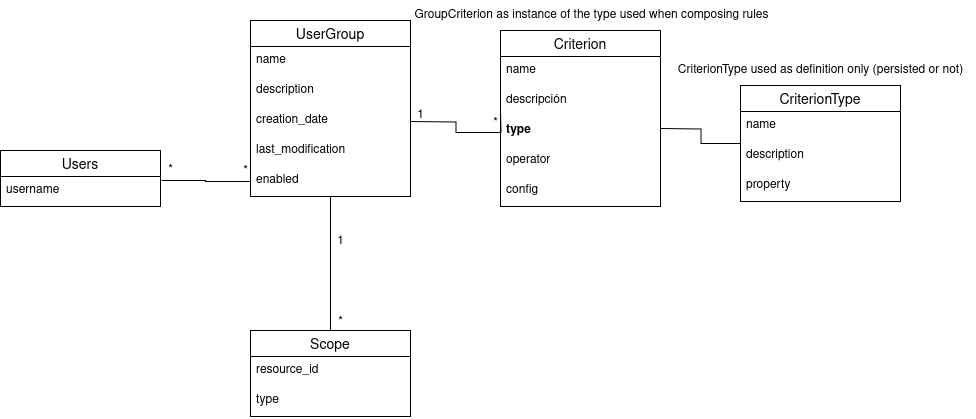
openedx/openedx-user-groups keeps this draw.io diagram as docs/_images/user-groups-data-model.png. Above is the earlier version. Source tidied: cells renumbered, new cells last; positions are measured from the earlier drawing's top-left corner, leaving out a move shared by most shapes.
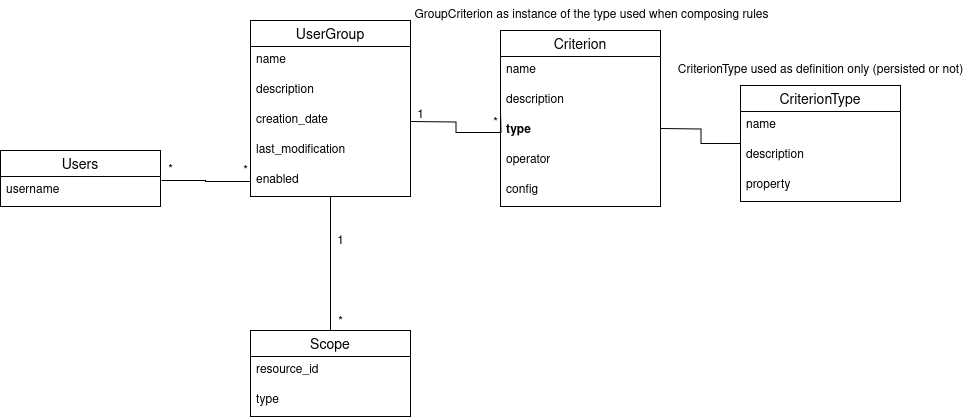
Above is the later version.

Commit message:
fix: replace descripcion with description in diagram

Change to the diagram source:
```diff
@@ -88,7 +88,7 @@
     <mxCell id="28" value="&lt;div&gt;name&lt;/div&gt;&lt;div&gt;&lt;br&gt;&lt;/div&gt;" style="text;strokeColor=none;fillColor=none;spacingLeft=4;spacingRight=4;overflow=hidden;fontSize=12;whiteSpace=wrap;html=1;" parent="27" vertex="1">
       <mxGeometry y="26" width="160" height="30" as="geometry" />
     </mxCell>
-    <mxCell id="29" value="descripción" style="text;strokeColor=none;fillColor=none;spacingLeft=4;spacingRight=4;overflow=hidden;fontSize=12;whiteSpace=wrap;html=1;" parent="27" vertex="1">
+    <mxCell id="29" value="description" style="text;strokeColor=none;fillColor=none;spacingLeft=4;spacingRight=4;overflow=hidden;fontSize=12;whiteSpace=wrap;html=1;" parent="27" vertex="1">
       <mxGeometry y="56" width="160" height="30" as="geometry" />
     </mxCell>
     <mxCell id="30" value="type" style="text;strokeColor=none;fillColor=none;spacingLeft=4;spacingRight=4;overflow=hidden;fontSize=12;whiteSpace=wrap;html=1;fontStyle=1;" parent="27" vertex="1">
```
